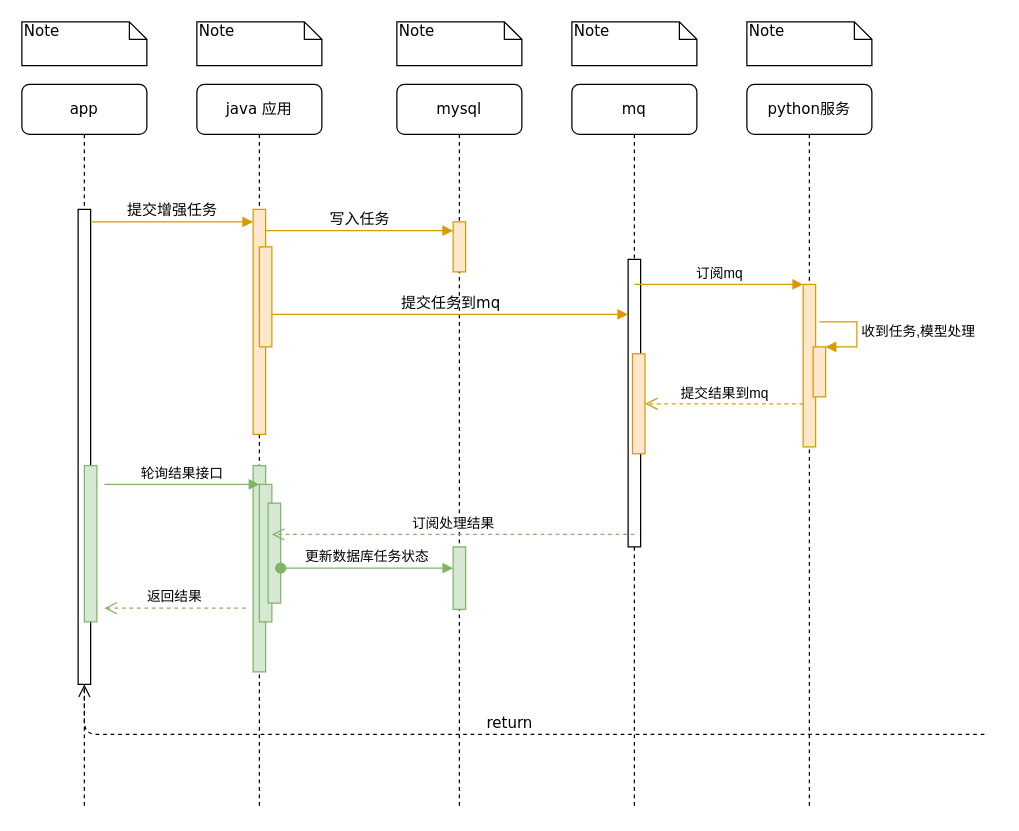
Above: python服务架构.drawio in linxinqiang90/drawio (draw.io), before the change. Source tidied: cells renumbered, new cells numbered last; positions are measured from the earlier drawing's top-left corner, leaving out a move shared by most shapes. Both pictures are drawn from the tidied source at 125%, with x=0, y=0 at pixel (21, 21).
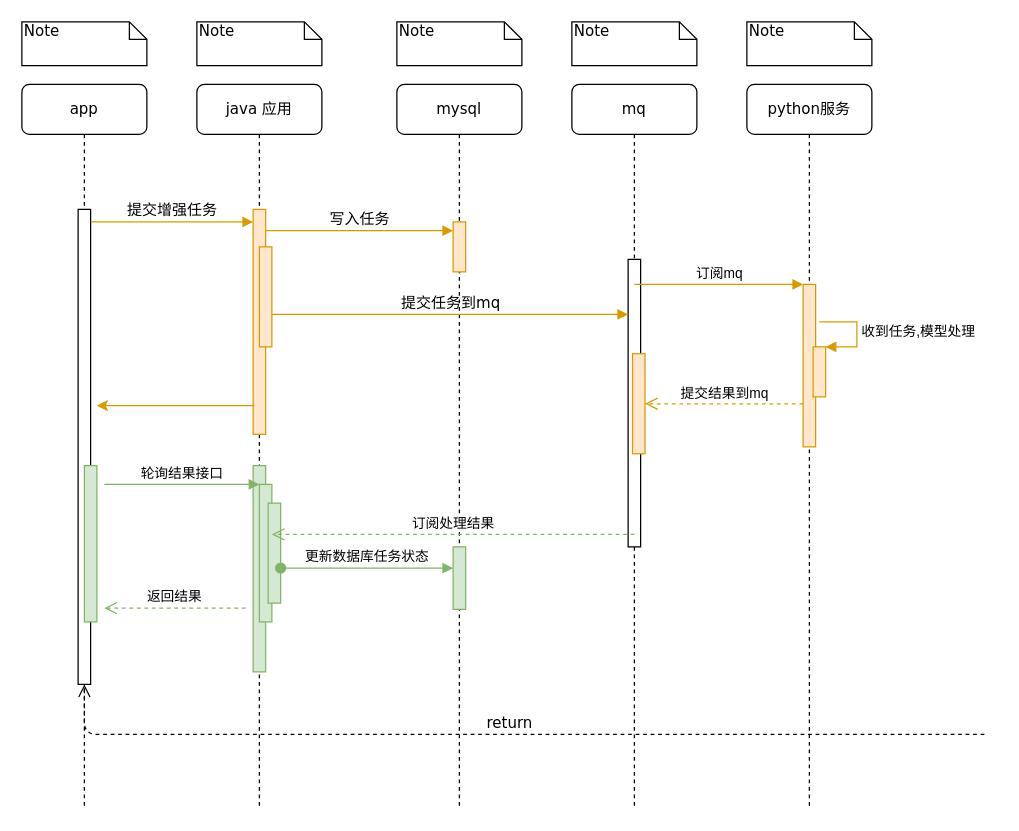
Above is the later version.

Commit message:
更新python服务架构.drawio

Unchanged cells that the change refers to:
```xml
<mxCell id="3" style="html=1;points=[];perimeter=orthogonalPerimeter;rounded=0;shadow=0;comic=0;labelBackgroundColor=none;strokeWidth=1;fontFamily=Verdana;fontSize=12;align=center;fillColor=#ffe6cc;strokeColor=#d79b00;" parent="2" vertex="1">
  <mxGeometry x="45" y="100" width="10" height="180" as="geometry" />
</mxCell>
```

Change to the diagram source:
```diff
@@
+    <mxCell id="36" style="endArrow=classic;html=1;rounded=0;exitX=0.1;exitY=0.872;exitDx=0;exitDy=0;exitPerimeter=0;fillColor=#ffe6cc;strokeColor=#d79b00;" parent="1" edge="1" source="3">
+      <mxGeometry relative="1" as="geometry">
+        <mxPoint x="60" y="307" as="targetPoint" />
+      </mxGeometry>
+    </mxCell>
```
